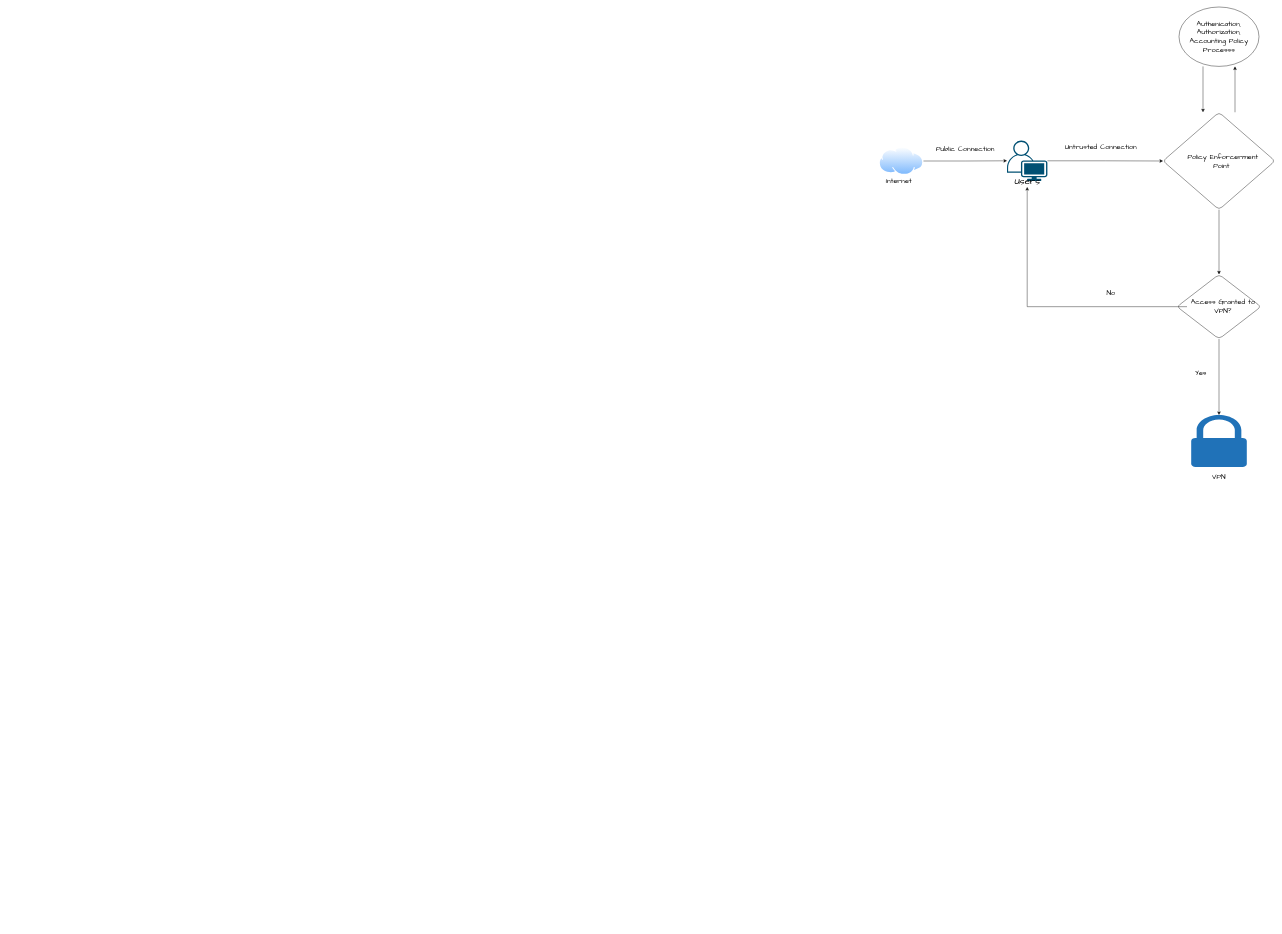
The draw.io diagram Zero_Trust.drawio in krillavilla/Securing-the-Perimeter, before the edit. Source tidied: cells renumbered, new cells numbered last; positions are measured from the earlier drawing's top-left corner, leaving out a move shared by most shapes. Both pictures are drawn from the tidied source at 40%, with x=0, y=0 at pixel (875, 7).
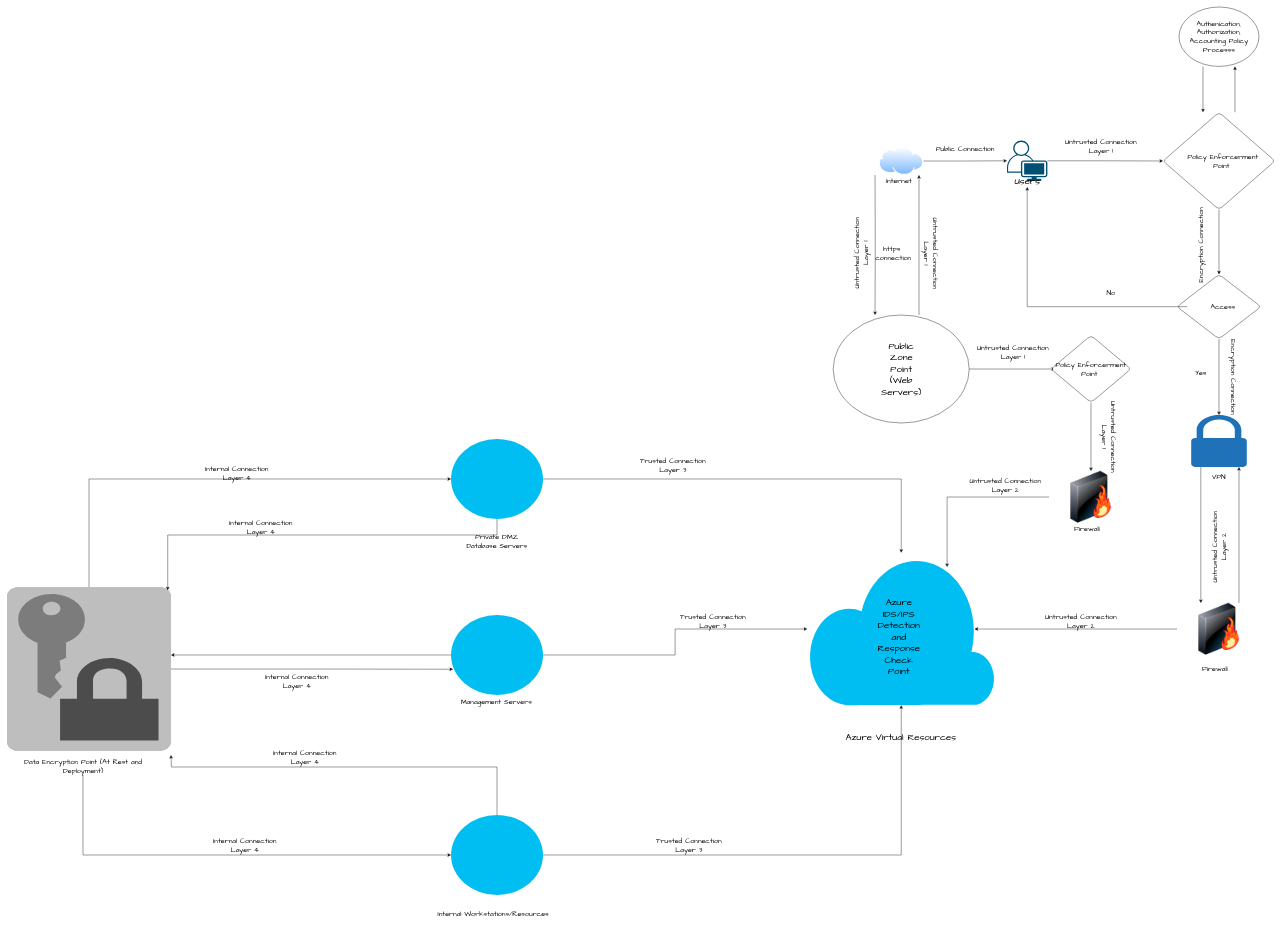
The same diagram, later.

The change refers to these unchanged cells:
```xml
<mxCell id="22" style="sketch=0;shadow=0;dashed=0;html=1;strokeColor=none;labelPosition=center;verticalLabelPosition=bottom;verticalAlign=top;outlineConnect=0;align=center;shape=mxgraph.office.security.lock_protected;fillColor=#2072B8;" parent="1" vertex="1">
  <mxGeometry x="790.5" y="1020" width="139" height="130" as="geometry" />
</mxCell>
```

Diff of the diagram source:
```diff
@@
+    <mxCell id="25" style="edgeStyle=orthogonalEdgeStyle;rounded=0;orthogonalLoop=1;jettySize=auto;html=1;entryX=0.5;entryY=0;entryDx=0;entryDy=0;" parent="1" edge="1">
+      <mxGeometry relative="1" as="geometry">
+        <mxPoint x="0.1" y="420" as="sourcePoint" />
+        <mxPoint x="0.1" y="770" as="targetPoint" />
+      </mxGeometry>
+    </mxCell>
@@
-    <mxCell id="16" value="&lt;font style=&quot;font-size: 18px;&quot; face=&quot;Comic Sans MS&quot;&gt;Untrusted Connection&lt;/font&gt;" style="text;strokeColor=none;align=center;fillColor=none;html=1;verticalAlign=middle;whiteSpace=wrap;rounded=0;" parent="1" vertex="1">
+    <mxCell id="16" value="&lt;font style=&quot;font-size: 18px;&quot; face=&quot;Comic Sans MS&quot;&gt;Untrusted Connection Layer 1&lt;/font&gt;" style="text;strokeColor=none;align=center;fillColor=none;html=1;verticalAlign=middle;whiteSpace=wrap;rounded=0;" parent="1" vertex="1">
       <mxGeometry x="460" y="334" width="210" height="30" as="geometry" />
     </mxCell>
@@
-    <mxCell id="20" value="&lt;font face=&quot;Comic Sans MS&quot;&gt;&lt;span style=&quot;font-size: 18px;&quot;&gt;Access Granted to VPN?&lt;/span&gt;&lt;/font&gt;" style="text;strokeColor=none;align=center;fillColor=none;html=1;verticalAlign=middle;whiteSpace=wrap;rounded=0;" parent="1" vertex="1">
+    <mxCell id="20" value="&lt;font face=&quot;Comic Sans MS&quot;&gt;&lt;span style=&quot;font-size: 18px;&quot;&gt;Access&lt;/span&gt;&lt;/font&gt;" style="text;strokeColor=none;align=center;fillColor=none;html=1;verticalAlign=middle;whiteSpace=wrap;rounded=0;" parent="1" vertex="1">
       <mxGeometry x="780" y="739.2" width="180" height="20" as="geometry" />
     </mxCell>
@@
+    <mxCell id="26" style="edgeStyle=orthogonalEdgeStyle;rounded=0;jettySize=auto;html=1;entryX=0.5;entryY=0;entryDx=0;entryDy=0;" parent="1" edge="1" source="22">
+      <mxGeometry relative="1" as="geometry">
+        <mxPoint x="814.6" y="1490" as="targetPoint" />
+        <Array as="points">
+          <mxPoint x="815" y="1320" />
+        </Array>
+      </mxGeometry>
+    </mxCell>
@@
+    <mxCell id="27" style="edgeStyle=orthogonalEdgeStyle;rounded=0;orthogonalLoop=1;jettySize=auto;html=1;" parent="1" edge="1">
+      <mxGeometry relative="1" as="geometry">
+        <mxPoint x="910" y="1490" as="sourcePoint" />
+        <mxPoint x="910" y="1150" as="targetPoint" />
+      </mxGeometry>
+    </mxCell>
+    <mxCell id="28" style="image;html=1;image=img/lib/clip_art/networking/Firewall-page1_128x128.png;" parent="1" vertex="1">
+      <mxGeometry x="755" y="1490" width="210" height="130" as="geometry" />
+    </mxCell>
+    <mxCell id="29" value="&lt;font face=&quot;Comic Sans MS&quot; style=&quot;font-size: 18px;&quot;&gt;Firewall&lt;/font&gt;" style="text;strokeColor=none;align=center;fillColor=none;html=1;verticalAlign=middle;whiteSpace=wrap;rounded=0;" parent="1" vertex="1">
+      <mxGeometry x="770" y="1640" width="160" height="30" as="geometry" />
+    </mxCell>
+    <mxCell id="30" style="verticalLabelPosition=bottom;html=1;verticalAlign=top;align=center;strokeColor=none;fillColor=#00BEF2;shape=mxgraph.azure.cloud;" parent="1" vertex="1">
+      <mxGeometry x="-169.4" y="1364.5" width="470" height="381" as="geometry" />
+    </mxCell>
+    <mxCell id="31" style="edgeStyle=orthogonalEdgeStyle;rounded=0;jettySize=auto;html=1;entryX=0.89;entryY=0.5;entryDx=0;entryDy=0;entryPerimeter=0;" parent="1" edge="1" source="28" target="30">
+      <mxGeometry relative="1" as="geometry" />
+    </mxCell>
+    <mxCell id="32" value="&lt;font face=&quot;Comic Sans MS&quot; style=&quot;font-size: 24px;&quot;&gt;Azure Virtual Resources&lt;/font&gt;" style="text;strokeColor=none;align=center;fillColor=none;html=1;verticalAlign=middle;whiteSpace=wrap;rounded=0;" parent="1" vertex="1">
+      <mxGeometry x="-116.7" y="1760" width="364.4" height="130" as="geometry" />
+    </mxCell>
+    <mxCell id="33" style="edgeStyle=orthogonalEdgeStyle;rounded=0;jettySize=auto;html=1;" parent="1" edge="1" source="34" target="30">
+      <mxGeometry relative="1" as="geometry" />
+    </mxCell>
+    <mxCell id="34" style="ellipse;whiteSpace=wrap;html=1;verticalAlign=top;fillColor=#00BEF2;strokeColor=none;" parent="1" vertex="1">
+      <mxGeometry x="-1060" y="1080" width="230" height="200" as="geometry" />
+    </mxCell>
+    <mxCell id="35" value="&lt;font face=&quot;Comic Sans MS&quot;&gt;&lt;span style=&quot;font-size: 18px;&quot;&gt;Private DMZ Database Servers&lt;/span&gt;&lt;/font&gt;" style="text;strokeColor=none;align=center;fillColor=none;html=1;verticalAlign=middle;whiteSpace=wrap;rounded=0;" parent="1" vertex="1">
+      <mxGeometry x="-1025" y="1320" width="160" height="30" as="geometry" />
+    </mxCell>
+    <mxCell id="36" style="edgeStyle=orthogonalEdgeStyle;rounded=0;jettySize=auto;html=1;" parent="1" edge="1" source="38" target="30">
+      <mxGeometry relative="1" as="geometry" />
+    </mxCell>
+    <mxCell id="37" style="edgeStyle=orthogonalEdgeStyle;rounded=0;jettySize=auto;html=1;" parent="1" edge="1" source="38" target="67">
+      <mxGeometry relative="1" as="geometry">
+        <Array as="points">
+          <mxPoint x="-1580" y="1620" />
+          <mxPoint x="-1580" y="1620" />
+        </Array>
+      </mxGeometry>
+    </mxCell>
+    <mxCell id="38" style="ellipse;whiteSpace=wrap;html=1;verticalAlign=top;fillColor=#00BEF2;strokeColor=none;" parent="1" vertex="1">
+      <mxGeometry x="-1060" y="1520" width="230" height="200" as="geometry" />
+    </mxCell>
+    <mxCell id="39" value="&lt;div style=&quot;text-align: center;&quot;&gt;&lt;span style=&quot;background-color: initial; font-size: 18px;&quot;&gt;&lt;font face=&quot;Comic Sans MS&quot;&gt;&amp;nbsp; &amp;nbsp; &amp;nbsp; &amp;nbsp; Management Servers&amp;nbsp;&lt;/font&gt;&lt;/span&gt;&lt;/div&gt;" style="text;whiteSpace=wrap;html=1;" parent="1" vertex="1">
+      <mxGeometry x="-1095" y="1720" width="300" height="50" as="geometry" />
+    </mxCell>
+    <mxCell id="40" style="edgeStyle=orthogonalEdgeStyle;rounded=0;jettySize=auto;html=1;" parent="1" edge="1" source="41">
+      <mxGeometry relative="1" as="geometry">
+        <mxPoint x="-1760" y="1870" as="targetPoint" />
+        <Array as="points">
+          <mxPoint x="-945" y="1900" />
+          <mxPoint x="-1759" y="1900" />
+        </Array>
+      </mxGeometry>
+    </mxCell>
+    <mxCell id="41" style="ellipse;whiteSpace=wrap;html=1;verticalAlign=top;fillColor=#00BEF2;strokeColor=none;" parent="1" vertex="1">
+      <mxGeometry x="-1060" y="2020" width="230" height="200" as="geometry" />
+    </mxCell>
+    <mxCell id="42" value="&lt;div style=&quot;text-align: center;&quot;&gt;&lt;font face=&quot;Comic Sans MS&quot;&gt;&lt;span style=&quot;font-size: 18px;&quot;&gt;Internal Workstations/Resources&lt;/span&gt;&lt;/font&gt;&lt;/div&gt;" style="text;whiteSpace=wrap;html=1;" parent="1" vertex="1">
+      <mxGeometry x="-1095" y="2250" width="300" height="50" as="geometry" />
+    </mxCell>
+    <mxCell id="43" style="edgeStyle=orthogonalEdgeStyle;rounded=0;jettySize=auto;html=1;entryX=0.5;entryY=1;entryDx=0;entryDy=0;entryPerimeter=0;" parent="1" edge="1" source="41" target="30">
+      <mxGeometry relative="1" as="geometry" />
+    </mxCell>
+    <mxCell id="44" value="&lt;font style=&quot;font-size: 18px;&quot; face=&quot;Comic Sans MS&quot;&gt;Trusted Connection Layer 3&lt;/font&gt;" style="text;strokeColor=none;align=center;fillColor=none;html=1;verticalAlign=middle;whiteSpace=wrap;rounded=0;" parent="1" vertex="1">
+      <mxGeometry x="-610" y="1130" width="210" height="30" as="geometry" />
+    </mxCell>
+    <mxCell id="45" value="&lt;font style=&quot;font-size: 18px;&quot; face=&quot;Comic Sans MS&quot;&gt;Trusted Connection Layer 3&lt;/font&gt;" style="text;strokeColor=none;align=center;fillColor=none;html=1;verticalAlign=middle;whiteSpace=wrap;rounded=0;" parent="1" vertex="1">
+      <mxGeometry x="-510" y="1520" width="210" height="30" as="geometry" />
+    </mxCell>
+    <mxCell id="46" value="&lt;font style=&quot;font-size: 18px;&quot; face=&quot;Comic Sans MS&quot;&gt;Trusted Connection Layer 3&lt;/font&gt;" style="text;strokeColor=none;align=center;fillColor=none;html=1;verticalAlign=middle;whiteSpace=wrap;rounded=0;" parent="1" vertex="1">
+      <mxGeometry x="-570" y="2080" width="210" height="30" as="geometry" />
+    </mxCell>
+    <mxCell id="47" value="&lt;font style=&quot;font-size: 18px;&quot; face=&quot;Comic Sans MS&quot;&gt;Untrusted Connection Layer 2&lt;/font&gt;" style="text;strokeColor=none;align=center;fillColor=none;html=1;verticalAlign=middle;whiteSpace=wrap;rounded=0;" parent="1" vertex="1">
+      <mxGeometry x="410" y="1520" width="210" height="30" as="geometry" />
+    </mxCell>
+    <mxCell id="48" value="&lt;font style=&quot;font-size: 24px;&quot; face=&quot;Comic Sans MS&quot;&gt;Azure IDS/IPS Detection and Response Check Point&lt;/font&gt;" style="text;strokeColor=none;align=center;fillColor=none;html=1;verticalAlign=middle;whiteSpace=wrap;rounded=0;" parent="1" vertex="1">
+      <mxGeometry x="30" y="1560" width="60" height="30" as="geometry" />
+    </mxCell>
+    <mxCell id="49" style="edgeStyle=orthogonalEdgeStyle;rounded=0;orthogonalLoop=1;jettySize=auto;html=1;entryX=0.5;entryY=1;entryDx=0;entryDy=0;" parent="1" edge="1">
+      <mxGeometry relative="1" as="geometry">
+        <mxPoint x="110" y="770" as="sourcePoint" />
+        <mxPoint x="110" y="420" as="targetPoint" />
+      </mxGeometry>
+    </mxCell>
+    <mxCell id="50" style="edgeStyle=orthogonalEdgeStyle;rounded=0;jettySize=auto;html=1;entryX=0;entryY=0.5;entryDx=0;entryDy=0;" parent="1" edge="1" source="51" target="58">
+      <mxGeometry relative="1" as="geometry" />
+    </mxCell>
+    <mxCell id="51" style="ellipse;whiteSpace=wrap;html=1;verticalAlign=top;labelBackgroundColor=default;shadow=0;dashed=0;spacingTop=3;" parent="1" vertex="1">
+      <mxGeometry x="-104.5" y="770" width="340" height="270" as="geometry" />
+    </mxCell>
+    <mxCell id="52" value="&lt;font style=&quot;font-size: 24px;&quot; face=&quot;Comic Sans MS&quot;&gt;Public Zone Point (Web Servers)&lt;/font&gt;" style="text;strokeColor=none;align=center;fillColor=none;html=1;verticalAlign=middle;whiteSpace=wrap;rounded=0;" parent="1" vertex="1">
+      <mxGeometry x="35.5" y="890" width="60" height="30" as="geometry" />
+    </mxCell>
+    <mxCell id="53" value="&lt;font style=&quot;font-size: 18px;&quot; face=&quot;Comic Sans MS&quot;&gt;https&amp;nbsp;&lt;/font&gt;&lt;div&gt;&lt;font style=&quot;font-size: 18px;&quot; face=&quot;Comic Sans MS&quot;&gt;connection&lt;/font&gt;&lt;/div&gt;" style="text;strokeColor=none;align=center;fillColor=none;html=1;verticalAlign=middle;whiteSpace=wrap;rounded=0;" parent="1" vertex="1">
+      <mxGeometry x="-59" y="601" width="210" height="30" as="geometry" />
+    </mxCell>
+    <mxCell id="54" value="&lt;font style=&quot;font-size: 18px;&quot; face=&quot;Comic Sans MS&quot;&gt;Untrusted Connection Layer 1&lt;/font&gt;" style="text;strokeColor=none;align=center;fillColor=none;html=1;verticalAlign=middle;whiteSpace=wrap;rounded=0;rotation=-90;" parent="1" vertex="1">
+      <mxGeometry x="-140" y="600" width="210" height="30" as="geometry" />
+    </mxCell>
+    <mxCell id="55" value="&lt;font style=&quot;font-size: 18px;&quot; face=&quot;Comic Sans MS&quot;&gt;Untrusted Connection Layer 1&lt;/font&gt;" style="text;strokeColor=none;align=center;fillColor=none;html=1;verticalAlign=middle;whiteSpace=wrap;rounded=0;rotation=90;" parent="1" vertex="1">
+      <mxGeometry x="35.5" y="601" width="210" height="30" as="geometry" />
+    </mxCell>
+    <mxCell id="56" style="edgeStyle=orthogonalEdgeStyle;rounded=0;jettySize=auto;html=1;entryX=0.5;entryY=0;entryDx=0;entryDy=0;" parent="1" edge="1" source="57" target="59">
+      <mxGeometry relative="1" as="geometry" />
+    </mxCell>
+    <mxCell id="57" style="rhombus;whiteSpace=wrap;html=1;verticalAlign=top;sketch=0;rounded=1;" parent="1" vertex="1">
+      <mxGeometry x="440" y="821" width="200" height="168" as="geometry" />
+    </mxCell>
+    <mxCell id="58" value="&lt;font face=&quot;Comic Sans MS&quot;&gt;&lt;span style=&quot;font-size: 18px;&quot;&gt;Policy Enforcerment Point&amp;nbsp;&lt;/span&gt;&lt;/font&gt;" style="text;strokeColor=none;align=center;fillColor=none;html=1;verticalAlign=middle;whiteSpace=wrap;rounded=0;" parent="1" vertex="1">
+      <mxGeometry x="450" y="895" width="180" height="20" as="geometry" />
+    </mxCell>
+    <mxCell id="59" style="image;html=1;image=img/lib/clip_art/networking/Firewall-page1_128x128.png;" parent="1" vertex="1">
+      <mxGeometry x="435" y="1160" width="210" height="130" as="geometry" />
+    </mxCell>
+    <mxCell id="60" value="&lt;font face=&quot;Comic Sans MS&quot; style=&quot;font-size: 18px;&quot;&gt;Firewall&lt;/font&gt;" style="text;strokeColor=none;align=center;fillColor=none;html=1;verticalAlign=middle;whiteSpace=wrap;rounded=0;" parent="1" vertex="1">
+      <mxGeometry x="450" y="1290" width="160" height="30" as="geometry" />
+    </mxCell>
+    <mxCell id="61" style="edgeStyle=orthogonalEdgeStyle;rounded=0;jettySize=auto;html=1;entryX=0.744;entryY=0.093;entryDx=0;entryDy=0;entryPerimeter=0;" parent="1" edge="1" source="59" target="30">
+      <mxGeometry relative="1" as="geometry" />
+    </mxCell>
+    <mxCell id="62" value="&lt;font style=&quot;font-size: 18px;&quot; face=&quot;Comic Sans MS&quot;&gt;Untrusted Connection Layer 1&lt;/font&gt;&lt;div&gt;&lt;font style=&quot;font-size: 18px;&quot; face=&quot;Comic Sans MS&quot;&gt;&lt;br&gt;&lt;/font&gt;&lt;/div&gt;" style="text;strokeColor=none;align=center;fillColor=none;html=1;verticalAlign=middle;whiteSpace=wrap;rounded=0;rotation=0;" parent="1" vertex="1">
+      <mxGeometry x="240" y="860" width="210" height="30" as="geometry" />
+    </mxCell>
+    <mxCell id="63" value="&lt;font style=&quot;font-size: 18px;&quot; face=&quot;Comic Sans MS&quot;&gt;Untrusted Connection Layer 2&lt;/font&gt;" style="text;strokeColor=none;align=center;fillColor=none;html=1;verticalAlign=middle;whiteSpace=wrap;rounded=0;" parent="1" vertex="1">
+      <mxGeometry x="221" y="1180" width="210" height="30" as="geometry" />
+    </mxCell>
+    <mxCell id="64" value="&lt;font style=&quot;font-size: 18px;&quot; face=&quot;Comic Sans MS&quot;&gt;Untrusted Connection Layer 1&lt;/font&gt;&lt;div&gt;&lt;font style=&quot;font-size: 18px;&quot; face=&quot;Comic Sans MS&quot;&gt;&lt;br&gt;&lt;/font&gt;&lt;/div&gt;" style="text;strokeColor=none;align=center;fillColor=none;html=1;verticalAlign=middle;whiteSpace=wrap;rounded=0;rotation=90;" parent="1" vertex="1">
+      <mxGeometry x="470" y="1060" width="210" height="30" as="geometry" />
+    </mxCell>
+    <mxCell id="65" value="&lt;font style=&quot;font-size: 18px;&quot; face=&quot;Comic Sans MS&quot;&gt;Untrusted Connection Layer 2&lt;/font&gt;" style="text;strokeColor=none;align=center;fillColor=none;html=1;verticalAlign=middle;whiteSpace=wrap;rounded=0;rotation=-90;" parent="1" vertex="1">
+      <mxGeometry x="756" y="1334.5" width="210" height="30" as="geometry" />
+    </mxCell>
+    <mxCell id="66" style="edgeStyle=orthogonalEdgeStyle;rounded=0;jettySize=auto;html=1;entryX=0;entryY=0.5;entryDx=0;entryDy=0;" parent="1" edge="1" source="67" target="34">
+      <mxGeometry relative="1" as="geometry">
+        <Array as="points">
+          <mxPoint x="-1965" y="1180" />
+        </Array>
+      </mxGeometry>
+    </mxCell>
+    <mxCell id="67" style="outlineConnect=0;dashed=0;verticalLabelPosition=bottom;verticalAlign=top;align=center;html=1;shape=mxgraph.aws3.data_encryption_key;fillColor=#7D7C7C;gradientColor=none;" parent="1" vertex="1">
+      <mxGeometry x="-2170" y="1450" width="410" height="410" as="geometry" />
+    </mxCell>
+    <mxCell id="68" style="edgeStyle=orthogonalEdgeStyle;rounded=0;jettySize=auto;html=1;entryX=0;entryY=0.5;entryDx=0;entryDy=0;" parent="1" edge="1" source="69" target="41">
+      <mxGeometry relative="1" as="geometry">
+        <Array as="points">
+          <mxPoint x="-1980" y="2120" />
+        </Array>
+      </mxGeometry>
+    </mxCell>
+    <mxCell id="69" value="&lt;div style=&quot;text-align: center;&quot;&gt;&lt;span style=&quot;background-color: initial; font-size: 18px;&quot;&gt;&lt;font face=&quot;Comic Sans MS&quot;&gt;Data Encryption Point (At Rest and Deployment)&lt;/font&gt;&lt;/span&gt;&lt;/div&gt;" style="text;whiteSpace=wrap;html=1;" parent="1" vertex="1">
+      <mxGeometry x="-2130" y="1870" width="300" height="50" as="geometry" />
+    </mxCell>
+    <mxCell id="70" style="edgeStyle=orthogonalEdgeStyle;rounded=0;jettySize=auto;html=1;entryX=0.022;entryY=0.678;entryDx=0;entryDy=0;entryPerimeter=0;" parent="1" edge="1" source="67" target="38">
+      <mxGeometry relative="1" as="geometry" />
+    </mxCell>
+    <mxCell id="71" style="edgeStyle=orthogonalEdgeStyle;rounded=0;jettySize=auto;html=1;entryX=0.98;entryY=0.02;entryDx=0;entryDy=0;entryPerimeter=0;" parent="1" edge="1" source="34" target="67">
+      <mxGeometry relative="1" as="geometry">
+        <Array as="points">
+          <mxPoint x="-945" y="1320" />
+          <mxPoint x="-1768" y="1320" />
+        </Array>
+      </mxGeometry>
+    </mxCell>
+    <mxCell id="72" value="&lt;font style=&quot;font-size: 18px;&quot; face=&quot;Comic Sans MS&quot;&gt;Internal Connection Layer 4&lt;/font&gt;" style="text;strokeColor=none;align=center;fillColor=none;html=1;verticalAlign=middle;whiteSpace=wrap;rounded=0;" parent="1" vertex="1">
+      <mxGeometry x="-1700" y="1150" width="210" height="30" as="geometry" />
+    </mxCell>
+    <mxCell id="73" value="&lt;font style=&quot;font-size: 18px;&quot; face=&quot;Comic Sans MS&quot;&gt;Internal Connection Layer 4&lt;/font&gt;" style="text;strokeColor=none;align=center;fillColor=none;html=1;verticalAlign=middle;whiteSpace=wrap;rounded=0;" parent="1" vertex="1">
+      <mxGeometry x="-1640" y="1285" width="210" height="30" as="geometry" />
+    </mxCell>
+    <mxCell id="74" value="&lt;font style=&quot;font-size: 18px;&quot; face=&quot;Comic Sans MS&quot;&gt;Internal Connection Layer 4&lt;/font&gt;" style="text;strokeColor=none;align=center;fillColor=none;html=1;verticalAlign=middle;whiteSpace=wrap;rounded=0;" parent="1" vertex="1">
+      <mxGeometry x="-1680" y="2080" width="210" height="30" as="geometry" />
+    </mxCell>
+    <mxCell id="75" value="&lt;font style=&quot;font-size: 18px;&quot; face=&quot;Comic Sans MS&quot;&gt;Internal Connection Layer 4&lt;/font&gt;" style="text;strokeColor=none;align=center;fillColor=none;html=1;verticalAlign=middle;whiteSpace=wrap;rounded=0;" parent="1" vertex="1">
+      <mxGeometry x="-1550" y="1670" width="210" height="30" as="geometry" />
+    </mxCell>
+    <mxCell id="76" value="&lt;font style=&quot;font-size: 18px;&quot; face=&quot;Comic Sans MS&quot;&gt;Internal Connection Layer 4&lt;/font&gt;" style="text;strokeColor=none;align=center;fillColor=none;html=1;verticalAlign=middle;whiteSpace=wrap;rounded=0;" parent="1" vertex="1">
+      <mxGeometry x="-1530" y="1860" width="210" height="30" as="geometry" />
+    </mxCell>
+    <mxCell id="77" value="&lt;font face=&quot;Comic Sans MS&quot;&gt;&lt;span style=&quot;font-size: 18px;&quot;&gt;Encryption Connection&lt;/span&gt;&lt;/font&gt;" style="text;strokeColor=none;align=center;fillColor=none;html=1;verticalAlign=middle;whiteSpace=wrap;rounded=0;rotation=-90;" parent="1" vertex="1">
+      <mxGeometry x="710" y="580" width="210" height="30" as="geometry" />
+    </mxCell>
+    <mxCell id="78" value="&lt;font face=&quot;Comic Sans MS&quot;&gt;&lt;span style=&quot;font-size: 18px;&quot;&gt;Encryption Connection&lt;/span&gt;&lt;/font&gt;" style="text;strokeColor=none;align=center;fillColor=none;html=1;verticalAlign=middle;whiteSpace=wrap;rounded=0;rotation=90;" parent="1" vertex="1">
+      <mxGeometry x="790.5" y="910" width="210" height="30" as="geometry" />
+    </mxCell>
```
